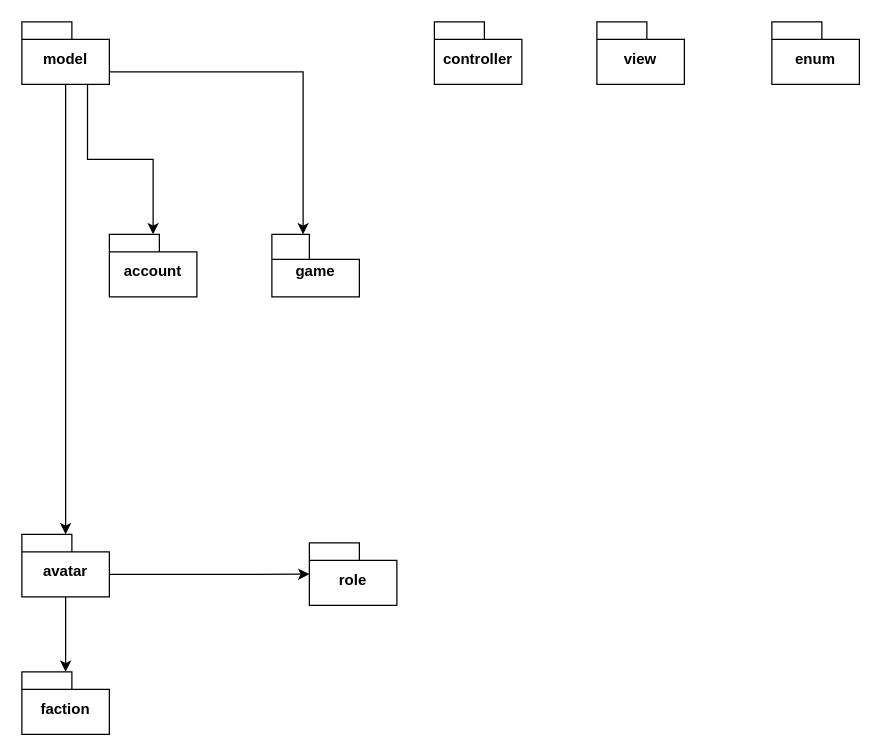
Alimirzaei84/Gwent-online keeps this draw.io diagram as page "Page-1" (1 of 6) of Untitled Diagram.drawio.xml. Above is the earlier version. Source tidied: cells renumbered, new cells numbered last; positions are measured from the earlier drawing's top-left corner, leaving out a move shared by most shapes. Both pictures are drawn from the tidied source at 125%, with x=0, y=0 at pixel (21, 21).
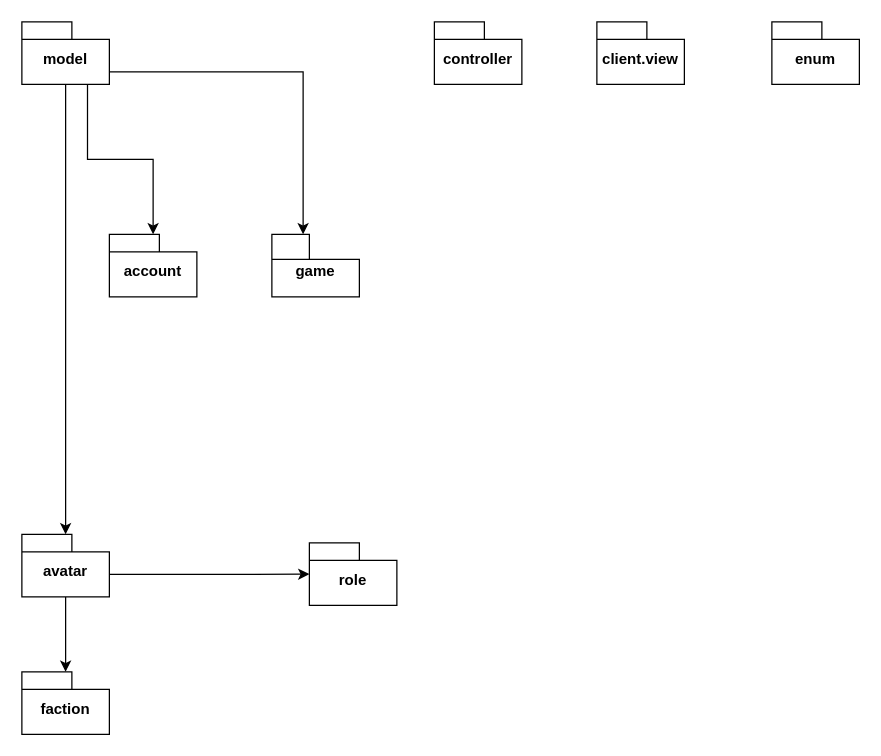
The same diagram, later.

What changed in the source:
```diff
@@
 <mxGraphModel>
   <root>
     <mxCell id="0" />
     <mxCell id="1" parent="0" />
     <mxCell id="2" style="edgeStyle=orthogonalEdgeStyle;rounded=0;jettySize=auto;html=1;exitX=0.5;exitY=1;exitDx=0;exitDy=0;exitPerimeter=0;" parent="1" edge="1" source="5" target="8">
       <mxGeometry relative="1" as="geometry" />
     </mxCell>
     <mxCell id="3" style="edgeStyle=orthogonalEdgeStyle;rounded=0;jettySize=auto;html=1;exitX=0;exitY=0;exitDx=70;exitDy=32;exitPerimeter=0;" parent="1" edge="1" source="5" target="11">
       <mxGeometry relative="1" as="geometry">
         <Array as="points">
           <mxPoint x="70" y="40" />
           <mxPoint x="225" y="40" />
         </Array>
       </mxGeometry>
     </mxCell>
     <mxCell id="4" style="edgeStyle=orthogonalEdgeStyle;rounded=0;jettySize=auto;html=1;exitX=0.75;exitY=1;exitDx=0;exitDy=0;exitPerimeter=0;" parent="1" edge="1" source="5" target="14">
       <mxGeometry relative="1" as="geometry" />
     </mxCell>
     <mxCell id="5" value="model" style="shape=folder;fontStyle=1;spacingTop=10;tabWidth=40;tabHeight=14;tabPosition=left;html=1;whiteSpace=wrap;" parent="1" vertex="1">
       <mxGeometry width="70" height="50" as="geometry" />
     </mxCell>
     <mxCell id="6" style="edgeStyle=orthogonalEdgeStyle;rounded=0;jettySize=auto;html=1;" parent="1" edge="1" source="8">
       <mxGeometry relative="1" as="geometry">
         <mxPoint x="35" y="520" as="targetPoint" />
       </mxGeometry>
     </mxCell>
     <mxCell id="7" style="edgeStyle=orthogonalEdgeStyle;rounded=0;jettySize=auto;html=1;exitX=0;exitY=0;exitDx=70;exitDy=32;exitPerimeter=0;" parent="1" edge="1" source="8" target="10">
       <mxGeometry relative="1" as="geometry" />
     </mxCell>
     <mxCell id="8" value="avatar" style="shape=folder;fontStyle=1;spacingTop=10;tabWidth=40;tabHeight=14;tabPosition=left;html=1;whiteSpace=wrap;" parent="1" vertex="1">
       <mxGeometry y="410" width="70" height="50" as="geometry" />
     </mxCell>
     <mxCell id="9" value="faction" style="shape=folder;fontStyle=1;spacingTop=10;tabWidth=40;tabHeight=14;tabPosition=left;html=1;whiteSpace=wrap;" parent="1" vertex="1">
       <mxGeometry y="520" width="70" height="50" as="geometry" />
     </mxCell>
     <mxCell id="10" value="role" style="shape=folder;fontStyle=1;spacingTop=10;tabWidth=40;tabHeight=14;tabPosition=left;html=1;whiteSpace=wrap;" parent="1" vertex="1">
       <mxGeometry x="230" y="416.8" width="70" height="50" as="geometry" />
     </mxCell>
     <mxCell id="11" value="game" style="shape=folder;fontStyle=1;spacingTop=10;tabWidth=30;tabHeight=20;tabPosition=left;html=1;whiteSpace=wrap;" parent="1" vertex="1">
       <mxGeometry x="200" y="170" width="70" height="50" as="geometry" />
     </mxCell>
     <mxCell id="12" value="controller" style="shape=folder;fontStyle=1;spacingTop=10;tabWidth=40;tabHeight=14;tabPosition=left;html=1;whiteSpace=wrap;" parent="1" vertex="1">
       <mxGeometry x="330" width="70" height="50" as="geometry" />
     </mxCell>
-    <mxCell id="13" value="view" style="shape=folder;fontStyle=1;spacingTop=10;tabWidth=40;tabHeight=14;tabPosition=left;html=1;whiteSpace=wrap;" parent="1" vertex="1">
+    <mxCell id="13" value="client.view" style="shape=folder;fontStyle=1;spacingTop=10;tabWidth=40;tabHeight=14;tabPosition=left;html=1;whiteSpace=wrap;" parent="1" vertex="1">
       <mxGeometry x="460" width="70" height="50" as="geometry" />
     </mxCell>
     <mxCell id="14" value="account" style="shape=folder;fontStyle=1;spacingTop=10;tabWidth=40;tabHeight=14;tabPosition=left;html=1;whiteSpace=wrap;" parent="1" vertex="1">
       <mxGeometry x="70" y="170" width="70" height="50" as="geometry" />
     </mxCell>
     <mxCell id="15" value="enum" style="shape=folder;fontStyle=1;spacingTop=10;tabWidth=40;tabHeight=14;tabPosition=left;html=1;whiteSpace=wrap;" parent="1" vertex="1">
       <mxGeometry x="600" width="70" height="50" as="geometry" />
     </mxCell>
   </root>
 </mxGraphModel>
```
